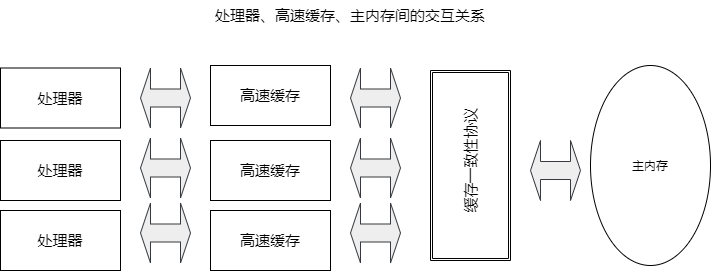
Above: source/_posts/深入理解 Java 虚拟机 (第3版)/drawio/5-12-1.drawio.png in Code-13/books (draw.io), before the change. Source tidied: cells renumbered, new cells last; positions are measured from the earlier drawing's top-left corner, leaving out a move shared by most shapes.
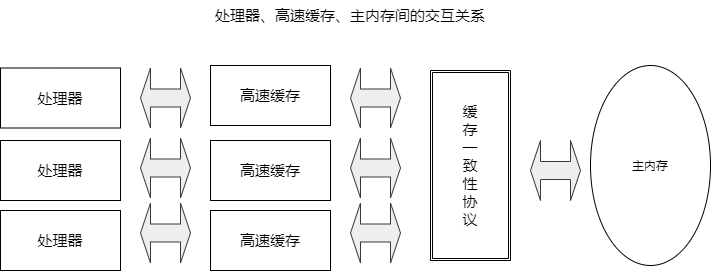
The same file after the commit.

What changed in the source:
```diff
@@ -11,8 +11,8 @@
     <mxCell id="4" style="shape=ext;double=1;rounded=0;whiteSpace=wrap;html=1;horizontal=1;verticalAlign=middle;labelPosition=center;verticalLabelPosition=middle;align=center;fontSize=15;direction=west;strokeColor=default;" parent="1" vertex="1">
       <mxGeometry x="430" y="70" width="80" height="190" as="geometry" />
     </mxCell>
-    <mxCell id="5" value="缓存一致性协议" style="text;html=1;strokeColor=none;fillColor=none;align=center;verticalAlign=middle;whiteSpace=wrap;rounded=0;labelBackgroundColor=none;fontSize=15;horizontal=0;labelPosition=center;verticalLabelPosition=middle;direction=west;" parent="1" vertex="1">
-      <mxGeometry x="440" y="90" width="60" height="140" as="geometry" />
+    <mxCell id="5" value="缓存一致性协议" style="text;html=1;strokeColor=none;fillColor=none;align=center;verticalAlign=middle;whiteSpace=wrap;rounded=0;labelBackgroundColor=none;fontSize=15;horizontal=1;labelPosition=center;verticalLabelPosition=middle;direction=west;" parent="1" vertex="1">
+      <mxGeometry x="460" y="95" width="20" height="140" as="geometry" />
     </mxCell>
     <mxCell id="6" style="shape=doubleArrow;whiteSpace=wrap;html=1;fillColor=#eeeeee;strokeColor=#36393d;" parent="1" vertex="1">
       <mxGeometry x="530" y="140" width="50" height="60" as="geometry" />
```
